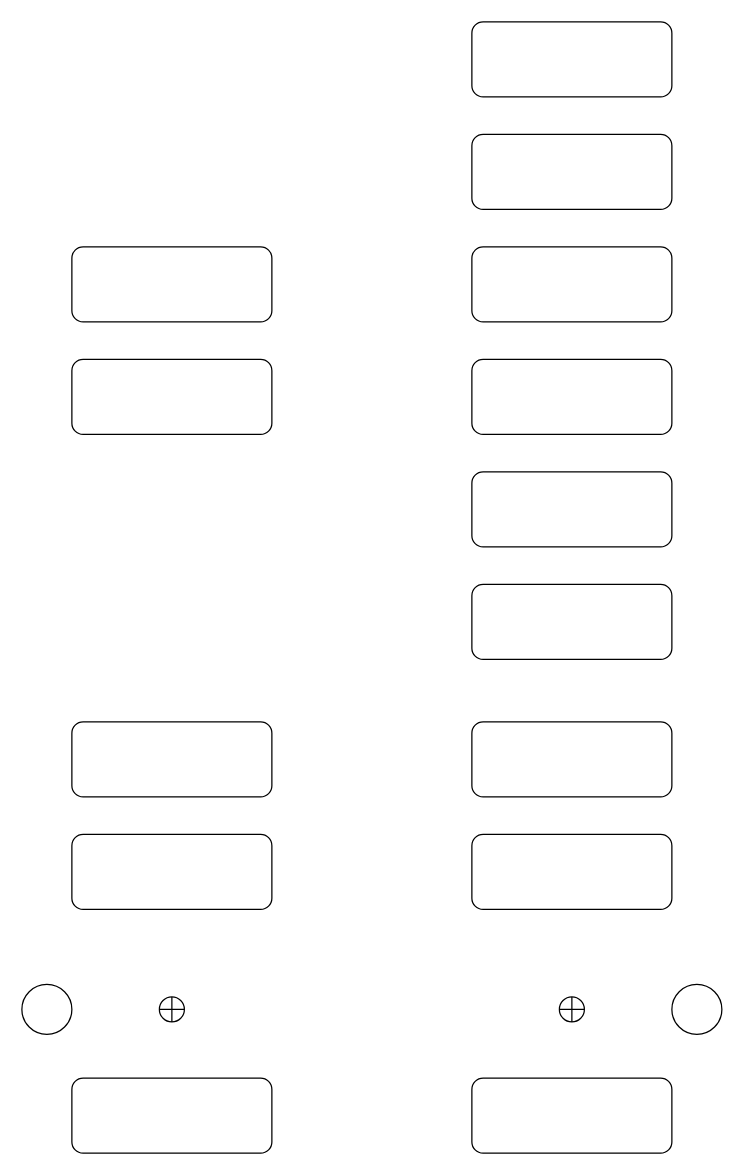
Before: output/transformer.drawio in yagaoyg/BIKE-prediction, a draw.io diagram. Source tidied: cells renumbered, new cells numbered last; positions are measured from the earlier drawing's top-left corner, leaving out a move shared by most shapes. Both pictures are drawn from the tidied source at 125%, with x=0, y=0 at pixel (21, 21).
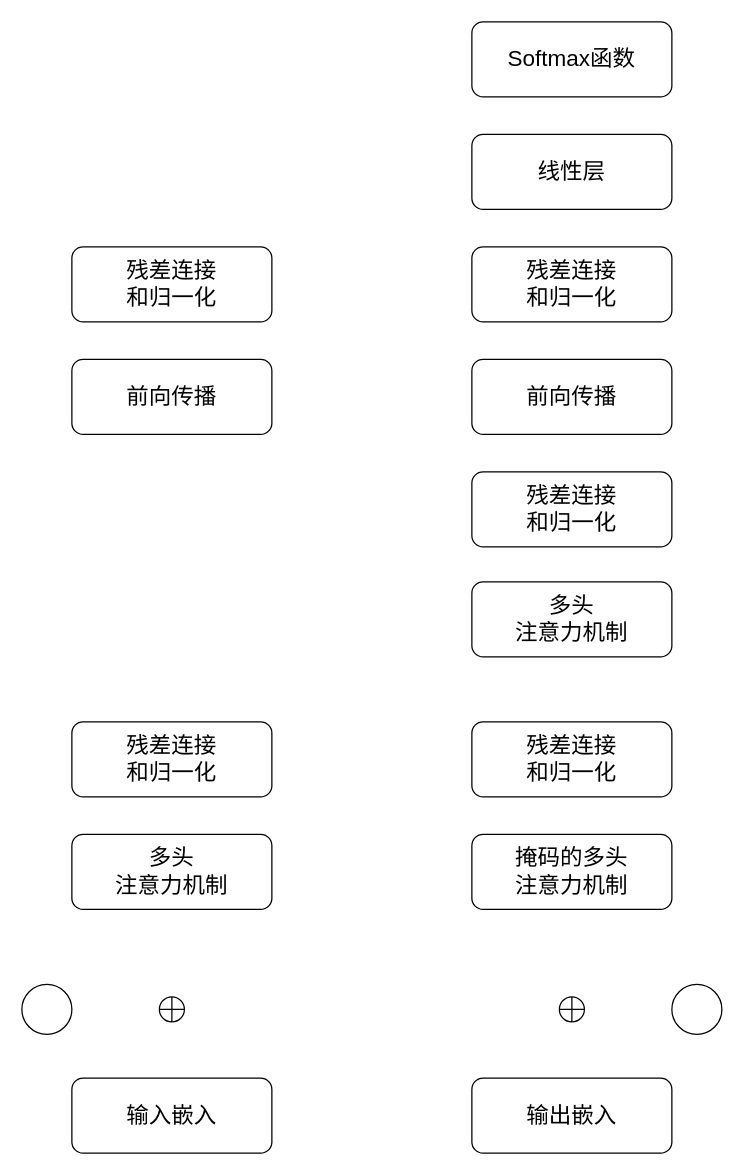
After the change.

Change to the diagram source:
```diff
@@
 <mxGraphModel>
   <root>
     <mxCell id="0" />
     <mxCell id="1" parent="0" />
-    <mxCell id="2" style="rounded=1;whiteSpace=wrap;html=1;" parent="1" vertex="1">
+    <mxCell id="2" value="&lt;font style=&quot;font-size: 18px;&quot;&gt;输入嵌入&lt;/font&gt;" style="rounded=1;whiteSpace=wrap;html=1;" parent="1" vertex="1">
       <mxGeometry x="40" y="845" width="160" height="60" as="geometry" />
     </mxCell>
     <mxCell id="3" style="shape=orEllipse;perimeter=ellipsePerimeter;whiteSpace=wrap;html=1;backgroundOutline=1;" parent="1" vertex="1">
       <mxGeometry x="110" y="780" width="20" height="20" as="geometry" />
     </mxCell>
     <mxCell id="4" style="ellipse;whiteSpace=wrap;html=1;" parent="1" vertex="1">
       <mxGeometry y="770" width="40" height="40" as="geometry" />
     </mxCell>
-    <mxCell id="5" style="rounded=1;whiteSpace=wrap;html=1;" parent="1" vertex="1">
+    <mxCell id="5" value="&lt;font style=&quot;font-size: 18px;&quot;&gt;输出嵌入&lt;/font&gt;" style="rounded=1;whiteSpace=wrap;html=1;" parent="1" vertex="1">
       <mxGeometry x="360" y="845" width="160" height="60" as="geometry" />
     </mxCell>
     <mxCell id="6" style="shape=orEllipse;perimeter=ellipsePerimeter;whiteSpace=wrap;html=1;backgroundOutline=1;" parent="1" vertex="1">
       <mxGeometry x="430" y="780" width="20" height="20" as="geometry" />
     </mxCell>
     <mxCell id="7" style="ellipse;whiteSpace=wrap;html=1;" parent="1" vertex="1">
       <mxGeometry x="520" y="770" width="40" height="40" as="geometry" />
     </mxCell>
-    <mxCell id="8" style="rounded=1;whiteSpace=wrap;html=1;" parent="1" vertex="1">
+    <mxCell id="8" value="&lt;font style=&quot;font-size: 18px;&quot;&gt;多头&lt;/font&gt;&lt;div&gt;&lt;font style=&quot;font-size: 18px;&quot;&gt;注意力机制&lt;/font&gt;&lt;/div&gt;" style="rounded=1;whiteSpace=wrap;html=1;" parent="1" vertex="1">
       <mxGeometry x="40" y="650" width="160" height="60" as="geometry" />
     </mxCell>
-    <mxCell id="9" style="rounded=1;whiteSpace=wrap;html=1;" parent="1" vertex="1">
+    <mxCell id="9" value="&lt;font style=&quot;font-size: 18px;&quot;&gt;残差连接&lt;/font&gt;&lt;div&gt;&lt;font style=&quot;font-size: 18px;&quot;&gt;和归一化&lt;/font&gt;&lt;/div&gt;" style="rounded=1;whiteSpace=wrap;html=1;" parent="1" vertex="1">
       <mxGeometry x="40" y="560" width="160" height="60" as="geometry" />
     </mxCell>
-    <mxCell id="10" style="rounded=1;whiteSpace=wrap;html=1;" parent="1" vertex="1">
+    <mxCell id="10" value="&lt;font style=&quot;font-size: 18px;&quot;&gt;掩码的多头&lt;/font&gt;&lt;div&gt;&lt;font style=&quot;font-size: 18px;&quot;&gt;注意力机制&lt;/font&gt;&lt;/div&gt;" style="rounded=1;whiteSpace=wrap;html=1;" parent="1" vertex="1">
       <mxGeometry x="360" y="650" width="160" height="60" as="geometry" />
     </mxCell>
-    <mxCell id="11" style="rounded=1;whiteSpace=wrap;html=1;" parent="1" vertex="1">
-      <mxGeometry x="360" y="560" width="160" height="60" as="geometry" />
-    </mxCell>
-    <mxCell id="12" style="rounded=1;whiteSpace=wrap;html=1;" parent="1" vertex="1">
-      <mxGeometry x="360" y="450" width="160" height="60" as="geometry" />
-    </mxCell>
-    <mxCell id="13" style="rounded=1;whiteSpace=wrap;html=1;" parent="1" vertex="1">
+    <mxCell id="13" value="&lt;font style=&quot;font-size: 18px;&quot;&gt;残差连接&lt;/font&gt;&lt;div&gt;&lt;font style=&quot;font-size: 18px;&quot;&gt;和归一化&lt;/font&gt;&lt;/div&gt;" style="rounded=1;whiteSpace=wrap;html=1;" parent="1" vertex="1">
       <mxGeometry x="360" y="360" width="160" height="60" as="geometry" />
     </mxCell>
-    <mxCell id="14" style="rounded=1;whiteSpace=wrap;html=1;" parent="1" vertex="1">
+    <mxCell id="14" value="&lt;span style=&quot;font-size: 18px;&quot;&gt;前向传播&lt;/span&gt;" style="rounded=1;whiteSpace=wrap;html=1;" parent="1" vertex="1">
       <mxGeometry x="360" y="270" width="160" height="60" as="geometry" />
     </mxCell>
-    <mxCell id="15" style="rounded=1;whiteSpace=wrap;html=1;" parent="1" vertex="1">
+    <mxCell id="15" value="&lt;span style=&quot;font-size: 18px;&quot;&gt;残差连接&lt;/span&gt;&lt;div&gt;&lt;span style=&quot;font-size: 18px;&quot;&gt;和归一化&lt;/span&gt;&lt;/div&gt;" style="rounded=1;whiteSpace=wrap;html=1;" parent="1" vertex="1">
       <mxGeometry x="360" y="180" width="160" height="60" as="geometry" />
     </mxCell>
-    <mxCell id="16" style="rounded=1;whiteSpace=wrap;html=1;" parent="1" vertex="1">
+    <mxCell id="16" value="&lt;font style=&quot;font-size: 18px;&quot;&gt;线性层&lt;/font&gt;" style="rounded=1;whiteSpace=wrap;html=1;" parent="1" vertex="1">
       <mxGeometry x="360" y="90" width="160" height="60" as="geometry" />
     </mxCell>
-    <mxCell id="17" style="rounded=1;whiteSpace=wrap;html=1;" parent="1" vertex="1">
+    <mxCell id="17" value="&lt;font style=&quot;font-size: 18px;&quot;&gt;Softmax函数&lt;/font&gt;" style="rounded=1;whiteSpace=wrap;html=1;" parent="1" vertex="1">
       <mxGeometry x="360" width="160" height="60" as="geometry" />
     </mxCell>
-    <mxCell id="18" style="rounded=1;whiteSpace=wrap;html=1;" parent="1" vertex="1">
+    <mxCell id="18" value="&lt;font style=&quot;font-size: 18px;&quot;&gt;前向传播&lt;/font&gt;" style="rounded=1;whiteSpace=wrap;html=1;" parent="1" vertex="1">
       <mxGeometry x="40" y="270" width="160" height="60" as="geometry" />
     </mxCell>
-    <mxCell id="19" style="rounded=1;whiteSpace=wrap;html=1;" parent="1" vertex="1">
+    <mxCell id="19" value="&lt;font style=&quot;font-size: 18px;&quot;&gt;残差连接&lt;/font&gt;&lt;div&gt;&lt;font style=&quot;font-size: 18px;&quot;&gt;和归一化&lt;/font&gt;&lt;/div&gt;" style="rounded=1;whiteSpace=wrap;html=1;" parent="1" vertex="1">
       <mxGeometry x="40" y="180" width="160" height="60" as="geometry" />
     </mxCell>
+    <mxCell id="20" value="&lt;font style=&quot;font-size: 18px;&quot;&gt;残差连接&lt;/font&gt;&lt;div&gt;&lt;font style=&quot;font-size: 18px;&quot;&gt;和归一化&lt;/font&gt;&lt;/div&gt;" style="rounded=1;whiteSpace=wrap;html=1;" parent="1" vertex="1">
+      <mxGeometry x="360" y="560" width="160" height="60" as="geometry" />
+    </mxCell>
+    <mxCell id="21" value="&lt;font style=&quot;font-size: 18px;&quot;&gt;多头&lt;/font&gt;&lt;div&gt;&lt;font style=&quot;font-size: 18px;&quot;&gt;注意力机制&lt;/font&gt;&lt;/div&gt;" style="rounded=1;whiteSpace=wrap;html=1;" parent="1" vertex="1">
+      <mxGeometry x="360" y="448" width="160" height="60" as="geometry" />
+    </mxCell>
   </root>
 </mxGraphModel>
```
